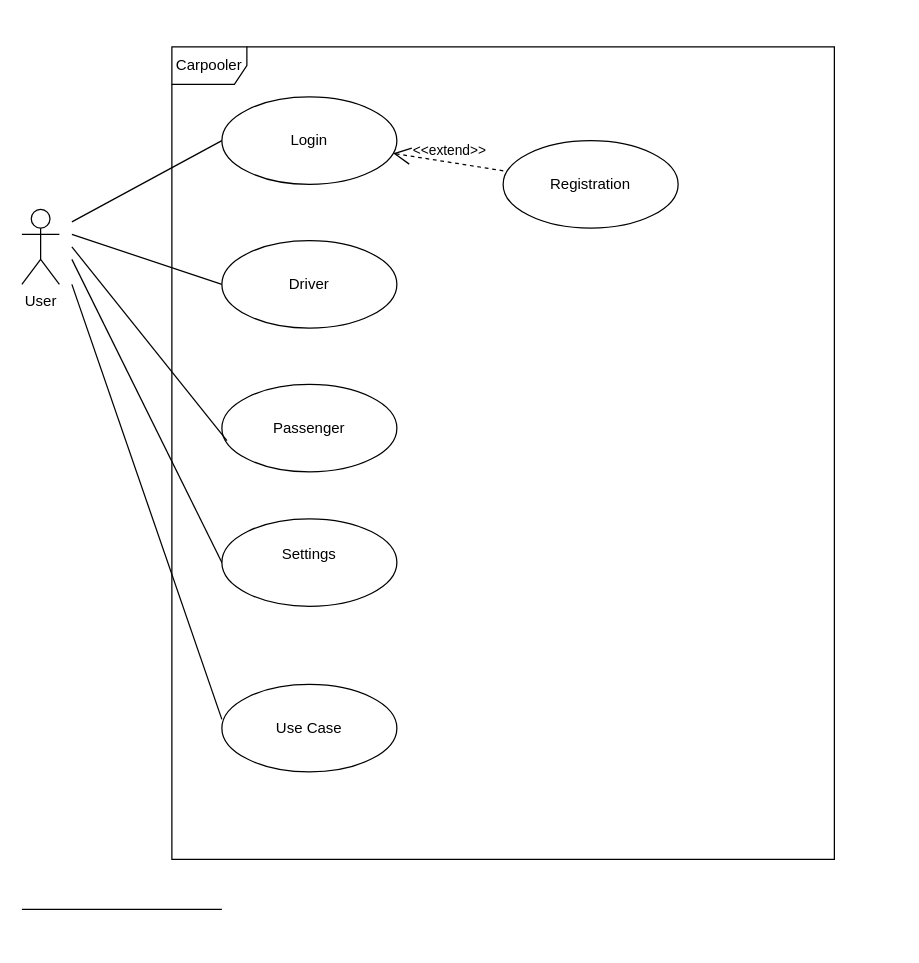
piotrpasterak/carpoller keeps this draw.io diagram as doc/Carpooler_use_cases.drawio. Above is the earlier version. Source tidied: cells renumbered, new cells numbered last; positions are measured from the earlier drawing's top-left corner, leaving out a move shared by most shapes. Both pictures are drawn from the tidied source at 125%, with x=0, y=0 at pixel (21, 46).
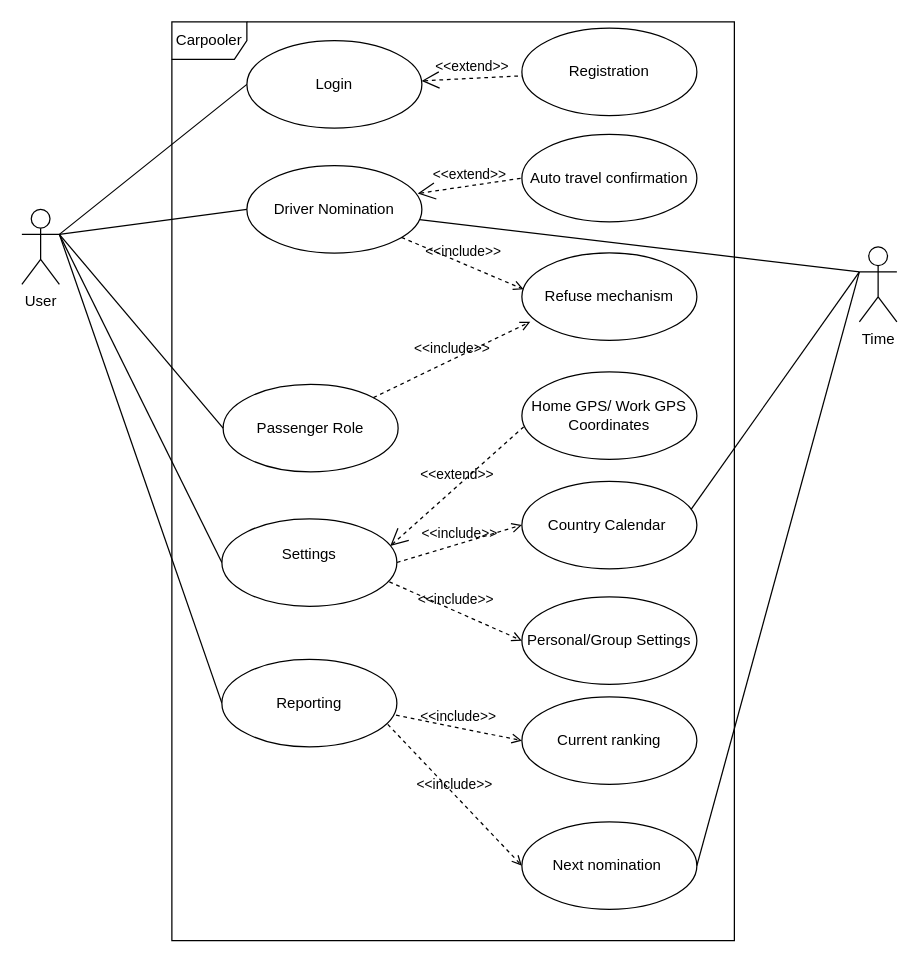
Above is the later version.

Commit message (it also covers changes not shown here):
Use Case UML diagram

The change refers to these unchanged cells:
```xml
<mxCell id="3" value="User" style="shape=umlActor;html=1;verticalLabelPosition=bottom;verticalAlign=top;align=center;" parent="1" vertex="1">
  <mxGeometry y="130" width="30" height="60" as="geometry" />
</mxCell>
<mxCell id="10" value="&lt;div&gt;Settings&lt;/div&gt;&lt;div&gt;&lt;br&gt;&lt;/div&gt;" style="ellipse;whiteSpace=wrap;html=1;" parent="1" vertex="1">
  <mxGeometry x="160" y="377.5" width="140" height="70" as="geometry" />
</mxCell>
```

The edit, as a diff of the source:
```diff
@@
     <mxCell id="2" value="Carpooler" style="shape=umlFrame;whiteSpace=wrap;html=1;" parent="1" vertex="1">
-      <mxGeometry x="120" width="530" height="650" as="geometry" />
+      <mxGeometry x="120" y="-20" width="450" height="735" as="geometry" />
     </mxCell>
@@
     <mxCell id="4" value="Login" style="ellipse;whiteSpace=wrap;html=1;" parent="1" vertex="1">
-      <mxGeometry x="160" y="40" width="140" height="70" as="geometry" />
+      <mxGeometry x="180" y="-5" width="140" height="70" as="geometry" />
     </mxCell>
-    <mxCell id="5" value="Driver" style="ellipse;whiteSpace=wrap;html=1;" parent="1" vertex="1">
-      <mxGeometry x="160" y="155" width="140" height="70" as="geometry" />
+    <mxCell id="5" value="Driver Nomination" style="ellipse;whiteSpace=wrap;html=1;" parent="1" vertex="1">
+      <mxGeometry x="180" y="95" width="140" height="70" as="geometry" />
     </mxCell>
-    <mxCell id="6" value="Passenger" style="ellipse;whiteSpace=wrap;html=1;" parent="1" vertex="1">
-      <mxGeometry x="160" y="270" width="140" height="70" as="geometry" />
+    <mxCell id="6" value="Passenger Role" style="ellipse;whiteSpace=wrap;html=1;" parent="1" vertex="1">
+      <mxGeometry x="161" y="270" width="140" height="70" as="geometry" />
     </mxCell>
     <mxCell id="7" style="edgeStyle=none;html=1;endArrow=none;verticalAlign=bottom;entryX=0;entryY=0.5;entryDx=0;entryDy=0;" parent="1" edge="1" target="4">
       <mxGeometry relative="1" as="geometry">
-        <mxPoint x="40" y="140" as="sourcePoint" />
+        <mxPoint x="30" y="150" as="sourcePoint" />
       </mxGeometry>
     </mxCell>
     <mxCell id="8" style="edgeStyle=none;html=1;endArrow=none;verticalAlign=bottom;entryX=0;entryY=0.5;entryDx=0;entryDy=0;" parent="1" edge="1" target="5">
       <mxGeometry relative="1" as="geometry">
-        <mxPoint x="40" y="150" as="sourcePoint" />
+        <mxPoint x="30" y="150" as="sourcePoint" />
       </mxGeometry>
     </mxCell>
-    <mxCell id="9" style="edgeStyle=none;html=1;endArrow=none;verticalAlign=bottom;entryX=0.029;entryY=0.643;entryDx=0;entryDy=0;entryPerimeter=0;" parent="1" edge="1" target="6">
+    <mxCell id="9" style="edgeStyle=none;html=1;endArrow=none;verticalAlign=bottom;entryX=0;entryY=0.5;entryDx=0;entryDy=0;" parent="1" edge="1" target="6">
       <mxGeometry relative="1" as="geometry">
-        <mxPoint x="40" y="160" as="sourcePoint" />
+        <mxPoint x="30" y="150" as="sourcePoint" />
       </mxGeometry>
     </mxCell>
@@
-    <mxCell id="11" style="edgeStyle=none;html=1;endArrow=none;verticalAlign=bottom;" parent="1" edge="1">
-      <mxGeometry relative="1" as="geometry">
-        <mxPoint x="40" y="190" as="sourcePoint" />
-        <mxPoint x="160" y="538" as="targetPoint" />
-      </mxGeometry>
+    <mxCell id="11" style="edgeStyle=none;html=1;endArrow=none;verticalAlign=bottom;entryX=0;entryY=0.5;entryDx=0;entryDy=0;exitX=1;exitY=0.3333333333333333;exitDx=0;exitDy=0;exitPerimeter=0;" parent="1" edge="1" source="3" target="16">
+      <mxGeometry relative="1" as="geometry" />
     </mxCell>
-    <mxCell id="12" style="edgeStyle=none;html=1;endArrow=none;verticalAlign=bottom;entryX=0;entryY=0.5;entryDx=0;entryDy=0;" parent="1" edge="1" target="10">
-      <mxGeometry relative="1" as="geometry">
-        <mxPoint x="40" y="170" as="sourcePoint" />
-      </mxGeometry>
+    <mxCell id="12" style="edgeStyle=none;html=1;endArrow=none;verticalAlign=bottom;entryX=0;entryY=0.5;entryDx=0;entryDy=0;exitX=1;exitY=0.3333333333333333;exitDx=0;exitDy=0;exitPerimeter=0;" parent="1" edge="1" source="3" target="10">
+      <mxGeometry relative="1" as="geometry" />
     </mxCell>
-    <mxCell id="13" style="edgeStyle=none;html=1;endArrow=none;verticalAlign=bottom;" parent="1" edge="1">
-      <mxGeometry relative="1" as="geometry">
-        <mxPoint y="690" as="sourcePoint" />
-        <mxPoint x="160" y="690" as="targetPoint" />
-      </mxGeometry>
-    </mxCell>
     <mxCell id="14" value="Registration" style="ellipse;whiteSpace=wrap;html=1;" parent="1" vertex="1">
-      <mxGeometry x="385" y="75" width="140" height="70" as="geometry" />
+      <mxGeometry x="400" y="-15" width="140" height="70" as="geometry" />
     </mxCell>
@@
-    <mxCell id="16" value="Use Case" style="ellipse;whiteSpace=wrap;html=1;" parent="1" vertex="1">
-      <mxGeometry x="160" y="510" width="140" height="70" as="geometry" />
+    <mxCell id="16" value="Reporting" style="ellipse;whiteSpace=wrap;html=1;" parent="1" vertex="1">
+      <mxGeometry x="160" y="490" width="140" height="70" as="geometry" />
     </mxCell>
+    <mxCell id="17" value="Auto travel confirmation" style="ellipse;whiteSpace=wrap;html=1;" parent="1" vertex="1">
+      <mxGeometry x="400" y="70" width="140" height="70" as="geometry" />
+    </mxCell>
+    <mxCell id="18" value="Current ranking" style="ellipse;whiteSpace=wrap;html=1;" parent="1" vertex="1">
+      <mxGeometry x="400" y="520" width="140" height="70" as="geometry" />
+    </mxCell>
+    <mxCell id="19" value="Next nomination&amp;nbsp;" style="ellipse;whiteSpace=wrap;html=1;" parent="1" vertex="1">
+      <mxGeometry x="400" y="620" width="140" height="70" as="geometry" />
+    </mxCell>
+    <mxCell id="20" value="Country Calendar&amp;nbsp;" style="ellipse;whiteSpace=wrap;html=1;" parent="1" vertex="1">
+      <mxGeometry x="400" y="347.5" width="140" height="70" as="geometry" />
+    </mxCell>
+    <mxCell id="21" value="Home GPS/ Work GPS&lt;br&gt;Coordinates&lt;br&gt;" style="ellipse;whiteSpace=wrap;html=1;" parent="1" vertex="1">
+      <mxGeometry x="400" y="260" width="140" height="70" as="geometry" />
+    </mxCell>
+    <mxCell id="22" value="&amp;lt;&amp;lt;include&amp;gt;&amp;gt;" style="edgeStyle=none;html=1;endArrow=open;verticalAlign=bottom;dashed=1;labelBackgroundColor=none;entryX=0;entryY=0.5;entryDx=0;entryDy=0;exitX=0.995;exitY=0.638;exitDx=0;exitDy=0;exitPerimeter=0;" parent="1" edge="1" source="16" target="18">
+      <mxGeometry relative="1" as="geometry" />
+    </mxCell>
+    <mxCell id="23" value="&amp;lt;&amp;lt;include&amp;gt;&amp;gt;" style="edgeStyle=none;html=1;endArrow=open;verticalAlign=bottom;dashed=1;labelBackgroundColor=none;entryX=0;entryY=0.5;entryDx=0;entryDy=0;exitX=0.948;exitY=0.743;exitDx=0;exitDy=0;exitPerimeter=0;" parent="1" edge="1" source="16" target="19">
+      <mxGeometry relative="1" as="geometry" />
+    </mxCell>
+    <mxCell id="24" value="Personal/Group Settings" style="ellipse;whiteSpace=wrap;html=1;" parent="1" vertex="1">
+      <mxGeometry x="400" y="440" width="140" height="70" as="geometry" />
+    </mxCell>
+    <mxCell id="25" value="&amp;lt;&amp;lt;include&amp;gt;&amp;gt;" style="edgeStyle=none;html=1;endArrow=open;verticalAlign=bottom;dashed=1;labelBackgroundColor=none;entryX=0;entryY=0.5;entryDx=0;entryDy=0;exitX=1;exitY=0.5;exitDx=0;exitDy=0;" parent="1" edge="1" source="10" target="20">
+      <mxGeometry relative="1" as="geometry" />
+    </mxCell>
+    <mxCell id="26" value="&amp;lt;&amp;lt;include&amp;gt;&amp;gt;" style="edgeStyle=none;html=1;endArrow=open;verticalAlign=bottom;dashed=1;labelBackgroundColor=none;entryX=0;entryY=0.5;entryDx=0;entryDy=0;exitX=0.957;exitY=0.721;exitDx=0;exitDy=0;exitPerimeter=0;" parent="1" edge="1" source="10" target="24">
+      <mxGeometry relative="1" as="geometry" />
+    </mxCell>
+    <mxCell id="27" value="&amp;lt;&amp;lt;extend&amp;gt;&amp;gt;" style="edgeStyle=none;html=1;startArrow=open;endArrow=none;startSize=12;verticalAlign=bottom;dashed=1;labelBackgroundColor=none;entryX=0.01;entryY=0.629;entryDx=0;entryDy=0;entryPerimeter=0;exitX=0.962;exitY=0.312;exitDx=0;exitDy=0;exitPerimeter=0;" parent="1" edge="1" source="10" target="21">
+      <mxGeometry relative="1" as="geometry" />
+    </mxCell>
+    <mxCell id="28" value="Refuse mechanism" style="ellipse;whiteSpace=wrap;html=1;" parent="1" vertex="1">
+      <mxGeometry x="400" y="164.8" width="140" height="70" as="geometry" />
+    </mxCell>
+    <mxCell id="29" value="&amp;lt;&amp;lt;include&amp;gt;&amp;gt;" style="edgeStyle=none;html=1;endArrow=open;verticalAlign=bottom;dashed=1;labelBackgroundColor=none;entryX=0.01;entryY=0.417;entryDx=0;entryDy=0;entryPerimeter=0;" parent="1" edge="1" source="5" target="28">
+      <mxGeometry relative="1" as="geometry" />
+    </mxCell>
+    <mxCell id="30" value="&amp;lt;&amp;lt;extend&amp;gt;&amp;gt;" style="edgeStyle=none;html=1;startArrow=open;endArrow=none;startSize=12;verticalAlign=bottom;dashed=1;labelBackgroundColor=none;exitX=0.976;exitY=0.319;exitDx=0;exitDy=0;entryX=0;entryY=0.5;entryDx=0;entryDy=0;exitPerimeter=0;" parent="1" edge="1" source="5" target="17">
+      <mxGeometry relative="1" as="geometry" />
+    </mxCell>
+    <mxCell id="31" value="&amp;lt;&amp;lt;include&amp;gt;&amp;gt;" style="edgeStyle=none;html=1;endArrow=open;verticalAlign=bottom;dashed=1;labelBackgroundColor=none;entryX=0.048;entryY=0.788;entryDx=0;entryDy=0;entryPerimeter=0;" parent="1" edge="1" source="6" target="28">
+      <mxGeometry relative="1" as="geometry" />
+    </mxCell>
+    <mxCell id="32" value="Time" style="shape=umlActor;html=1;verticalLabelPosition=bottom;verticalAlign=top;align=center;" parent="1" vertex="1">
+      <mxGeometry x="670" y="160" width="30" height="60" as="geometry" />
+    </mxCell>
+    <mxCell id="33" style="edgeStyle=none;html=1;endArrow=none;verticalAlign=bottom;entryX=0;entryY=0.3333333333333333;entryDx=0;entryDy=0;entryPerimeter=0;" parent="1" edge="1" source="5" target="32">
+      <mxGeometry relative="1" as="geometry" />
+    </mxCell>
+    <mxCell id="34" style="edgeStyle=none;html=1;endArrow=none;verticalAlign=bottom;entryX=0;entryY=0.3333333333333333;entryDx=0;entryDy=0;entryPerimeter=0;exitX=0.967;exitY=0.321;exitDx=0;exitDy=0;exitPerimeter=0;" parent="1" edge="1" source="20" target="32">
+      <mxGeometry relative="1" as="geometry" />
+    </mxCell>
+    <mxCell id="35" style="edgeStyle=none;html=1;endArrow=none;verticalAlign=bottom;exitX=1;exitY=0.5;exitDx=0;exitDy=0;" parent="1" edge="1" source="19">
+      <mxGeometry relative="1" as="geometry">
+        <mxPoint x="670" y="180" as="targetPoint" />
+      </mxGeometry>
+    </mxCell>
```
